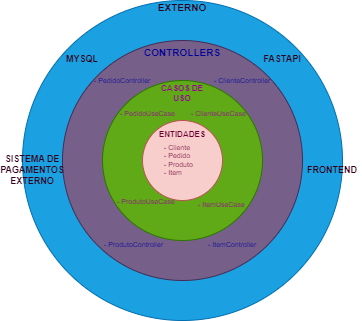
This is Clean Architecture.drawio.png from salomao-polegar/sistema_restaurante, a draw.io export, as it was before one commit. Source tidied: cells renumbered, new cells last; positions are measured from the earlier drawing's top-left corner, leaving out a move shared by most shapes.
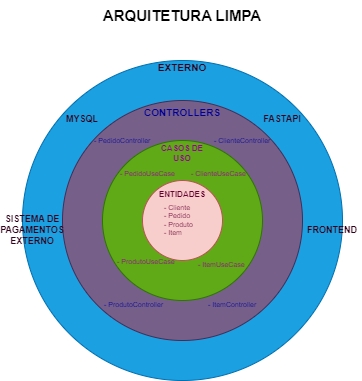
Later version of the same file.

The edit, as a diff of the source:
```diff
@@ -65,5 +65,8 @@
     <mxCell id="22" value="FRONTEND" style="text;html=1;align=center;verticalAlign=middle;whiteSpace=wrap;rounded=0;fontSize=9;fontColor=#33001A;fontStyle=1;" parent="1" vertex="1">
       <mxGeometry x="300" y="165" width="60" height="10" as="geometry" />
     </mxCell>
+    <mxCell id="23" value="ARQUITETURA LIMPA" style="text;html=1;align=center;verticalAlign=middle;whiteSpace=wrap;rounded=0;fontSize=15;fontStyle=1;" parent="1" vertex="1">
+      <mxGeometry x="80" y="-60" width="200" height="30" as="geometry" />
+    </mxCell>
   </root>
 </mxGraphModel>
```
